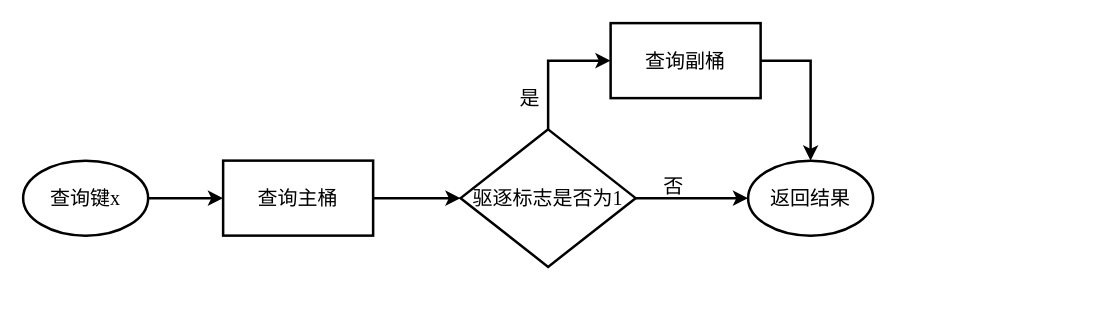
HustDsy/Picture keeps this draw.io diagram as page "驱逐标志" (7 of 15) of 毕业论文.drawio. Above is the earlier version. Source tidied: cells renumbered, new cells numbered last; positions are measured from the earlier drawing's top-left corner, leaving out a move shared by most shapes. Both pictures are drawn from the tidied source at 125%, with x=0, y=0 at pixel (22, 22).
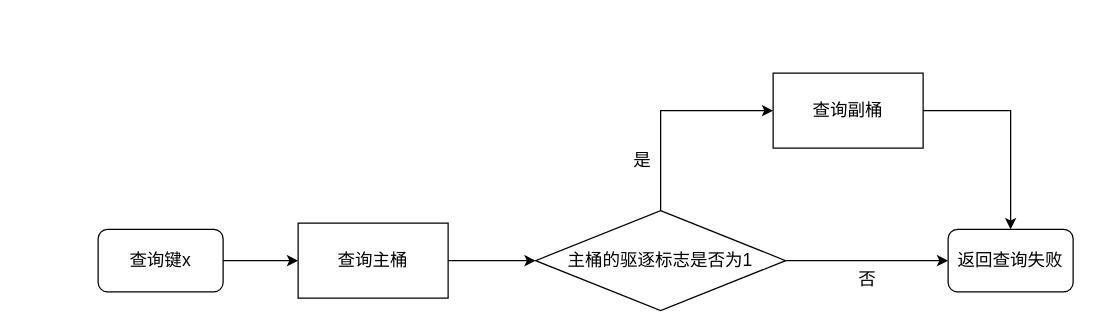
After the change.

The edit, as a diff of the source:
```diff
@@
 <mxGraphModel>
   <root>
     <mxCell id="0" />
     <mxCell id="1" parent="0" />
-    <mxCell id="2" style="edgeStyle=orthogonalEdgeStyle;rounded=0;jettySize=auto;html=1;exitX=1;exitY=0.5;exitDx=0;exitDy=0;exitPerimeter=0;fontFamily=Times New Roman;fontSize=16;strokeWidth=2;" parent="1" edge="1" source="3">
-      <mxGeometry relative="1" as="geometry">
-        <mxPoint x="160" y="140" as="targetPoint" />
-      </mxGeometry>
-    </mxCell>
-    <mxCell id="3" value="查询键x" style="strokeWidth=2;html=1;shape=mxgraph.flowchart.start_1;whiteSpace=wrap;fontFamily=Times New Roman;fontSize=16;fillColor=#FFFFFF;" parent="1" vertex="1">
-      <mxGeometry y="110" width="100" height="60" as="geometry" />
-    </mxCell>
-    <mxCell id="4" style="edgeStyle=orthogonalEdgeStyle;rounded=0;jettySize=auto;html=1;exitX=1;exitY=0.5;exitDx=0;exitDy=0;fontFamily=Times New Roman;fontSize=16;strokeWidth=2;" parent="1" edge="1" source="5">
-      <mxGeometry relative="1" as="geometry">
-        <mxPoint x="350" y="140" as="targetPoint" />
-      </mxGeometry>
-    </mxCell>
+    <mxCell id="14" style="edgeStyle=orthogonalEdgeStyle;rounded=0;jettySize=auto;html=1;exitX=1;exitY=0.5;exitDx=0;exitDy=0;fontFamily=简宋;fontSize=14;fontColor=#FF3333;endArrow=classic;endFill=1;strokeColor=#000000;strokeWidth=1;" parent="1" edge="1" source="15">
+      <mxGeometry relative="1" as="geometry">
+        <mxPoint x="220" y="190" as="targetPoint" />
+      </mxGeometry>
+    </mxCell>
+    <mxCell id="15" value="&lt;font style=&quot;font-size: 14px;&quot;&gt;查询键&lt;font style=&quot;font-size: 14px;&quot;&gt;x&lt;/font&gt;&lt;/font&gt;" style="rounded=1;whiteSpace=wrap;html=1;comic=0;fontFamily=简宋;fontSize=14;strokeWidth=1;" parent="1" vertex="1">
+      <mxGeometry x="60" y="165" width="100" height="50" as="geometry" />
+    </mxCell>
+    <mxCell id="16" style="edgeStyle=orthogonalEdgeStyle;rounded=0;jettySize=auto;html=1;exitX=1;exitY=0.5;exitDx=0;exitDy=0;fontFamily=简宋;fontSize=14;fontColor=#FF3333;startArrow=none;startFill=0;endArrow=classic;endFill=1;strokeColor=#000000;strokeWidth=1;" parent="1" edge="1" source="5">
+      <mxGeometry relative="1" as="geometry">
+        <mxPoint x="410" y="190" as="targetPoint" />
+      </mxGeometry>
+    </mxCell>
-    <mxCell id="5" value="查询主桶" style="rounded=0;whiteSpace=wrap;html=1;fontFamily=Times New Roman;fontSize=16;strokeColor=#000000;fillColor=#FFFFFF;strokeWidth=2;" parent="1" vertex="1">
-      <mxGeometry x="160" y="110" width="120" height="60" as="geometry" />
+    <mxCell id="5" value="&lt;font style=&quot;font-size: 14px;&quot;&gt;查询主桶&lt;/font&gt;" style="rounded=0;whiteSpace=wrap;html=1;fontFamily=简宋;fontSize=14;strokeColor=#000000;fillColor=#FFFFFF;strokeWidth=1;" parent="1" vertex="1">
+      <mxGeometry x="220" y="160" width="120" height="60" as="geometry" />
     </mxCell>
-    <mxCell id="6" value="返回结果" style="strokeWidth=2;html=1;shape=mxgraph.flowchart.start_1;whiteSpace=wrap;fontFamily=Times New Roman;fontSize=16;fillColor=#FFFFFF;" parent="1" vertex="1">
-      <mxGeometry x="580" y="110" width="100" height="60" as="geometry" />
-    </mxCell>
-    <mxCell id="7" style="edgeStyle=orthogonalEdgeStyle;rounded=0;jettySize=auto;html=1;exitX=1;exitY=0.5;exitDx=0;exitDy=0;exitPerimeter=0;entryX=0;entryY=0.5;entryDx=0;entryDy=0;entryPerimeter=0;fontFamily=Times New Roman;fontSize=16;strokeWidth=2;" parent="1" edge="1" source="9" target="6">
-      <mxGeometry relative="1" as="geometry" />
-    </mxCell>
-    <mxCell id="8" style="edgeStyle=orthogonalEdgeStyle;rounded=0;jettySize=auto;html=1;exitX=0.5;exitY=0;exitDx=0;exitDy=0;exitPerimeter=0;entryX=0;entryY=0.5;entryDx=0;entryDy=0;fontFamily=Times New Roman;fontSize=16;strokeWidth=2;" parent="1" edge="1" source="9" target="12">
-      <mxGeometry relative="1" as="geometry" />
-    </mxCell>
-    <mxCell id="9" value="驱逐标志是否为1" style="strokeWidth=2;html=1;shape=mxgraph.flowchart.decision;whiteSpace=wrap;fontFamily=Times New Roman;fontSize=16;fillColor=#FFFFFF;" parent="1" vertex="1">
-      <mxGeometry x="350" y="85" width="140" height="110" as="geometry" />
-    </mxCell>
+    <mxCell id="17" style="edgeStyle=orthogonalEdgeStyle;rounded=0;jettySize=auto;html=1;exitX=1;exitY=0.5;exitDx=0;exitDy=0;exitPerimeter=0;fontFamily=简宋;fontSize=14;fontColor=#FF3333;startArrow=none;startFill=0;endArrow=classic;endFill=1;strokeColor=#000000;strokeWidth=1;entryX=0;entryY=0.5;entryDx=0;entryDy=0;" parent="1" edge="1" source="19" target="20">
+      <mxGeometry relative="1" as="geometry" />
+    </mxCell>
+    <mxCell id="18" style="edgeStyle=orthogonalEdgeStyle;rounded=0;jettySize=auto;html=1;exitX=0.5;exitY=0;exitDx=0;exitDy=0;exitPerimeter=0;fontFamily=简宋;fontSize=14;fontColor=#000000;startArrow=none;startFill=0;endArrow=classic;endFill=1;strokeColor=#000000;strokeWidth=1;entryX=0;entryY=0.5;entryDx=0;entryDy=0;" parent="1" edge="1" source="19" target="12">
+      <mxGeometry relative="1" as="geometry" />
+    </mxCell>
+    <mxCell id="19" value="主桶的驱逐标志是否为1" style="strokeWidth=1;html=1;shape=mxgraph.flowchart.decision;whiteSpace=wrap;comic=0;fontFamily=简宋;fontSize=14;fontColor=default;fillColor=#FFFFFF;" parent="1" vertex="1">
+      <mxGeometry x="410" y="150" width="200" height="80" as="geometry" />
+    </mxCell>
-    <mxCell id="10" value="否" style="text;html=1;align=center;verticalAlign=middle;strokeColor=none;fillColor=none;fontSize=16;fontFamily=Times New Roman;" parent="1" vertex="1">
-      <mxGeometry x="505" y="120" width="30" height="20" as="geometry" />
+    <mxCell id="10" value="否" style="text;html=1;align=center;verticalAlign=middle;strokeColor=none;fillColor=none;fontSize=14;fontFamily=简宋;fontColor=#000000;" parent="1" vertex="1">
+      <mxGeometry x="660" y="195" width="30" height="20" as="geometry" />
     </mxCell>
-    <mxCell id="11" style="edgeStyle=orthogonalEdgeStyle;rounded=0;jettySize=auto;html=1;exitX=1;exitY=0.5;exitDx=0;exitDy=0;entryX=0.5;entryY=0;entryDx=0;entryDy=0;entryPerimeter=0;fontFamily=Times New Roman;fontSize=16;strokeWidth=2;" parent="1" edge="1" source="12" target="6">
-      <mxGeometry relative="1" as="geometry" />
-    </mxCell>
+    <mxCell id="20" value="返回查询失败" style="rounded=1;whiteSpace=wrap;html=1;comic=0;fontFamily=简宋;fontSize=14;strokeWidth=1;" parent="1" vertex="1">
+      <mxGeometry x="740" y="165" width="100" height="50" as="geometry" />
+    </mxCell>
+    <mxCell id="21" style="edgeStyle=orthogonalEdgeStyle;rounded=0;jettySize=auto;html=1;exitX=1;exitY=0.5;exitDx=0;exitDy=0;entryX=0.5;entryY=0;entryDx=0;entryDy=0;fontFamily=简宋;fontSize=14;fontColor=#000000;startArrow=none;startFill=0;endArrow=classic;endFill=1;strokeColor=#000000;strokeWidth=1;" parent="1" edge="1" source="12" target="20">
+      <mxGeometry relative="1" as="geometry" />
+    </mxCell>
-    <mxCell id="12" value="查询副桶" style="rounded=0;whiteSpace=wrap;html=1;fontFamily=Times New Roman;fontSize=16;strokeColor=#000000;fillColor=#FFFFFF;strokeWidth=2;" parent="1" vertex="1">
-      <mxGeometry x="470" width="120" height="60" as="geometry" />
+    <mxCell id="12" value="&lt;font style=&quot;font-size: 14px&quot;&gt;查询副桶&lt;/font&gt;" style="rounded=0;whiteSpace=wrap;html=1;fontFamily=简宋;fontSize=14;strokeColor=#000000;fillColor=#FFFFFF;strokeWidth=1;" parent="1" vertex="1">
+      <mxGeometry x="600" y="40" width="120" height="60" as="geometry" />
     </mxCell>
-    <mxCell id="13" value="是" style="text;html=1;align=center;verticalAlign=middle;strokeColor=none;fillColor=none;fontSize=16;fontFamily=Times New Roman;" parent="1" vertex="1">
-      <mxGeometry x="390" y="50" width="30" height="20" as="geometry" />
+    <mxCell id="13" value="是" style="text;html=1;align=center;verticalAlign=middle;strokeColor=none;fillColor=none;fontSize=14;fontFamily=简宋;fontColor=#000000;" parent="1" vertex="1">
+      <mxGeometry x="480" y="100" width="30" height="20" as="geometry" />
     </mxCell>
   </root>
 </mxGraphModel>
```
